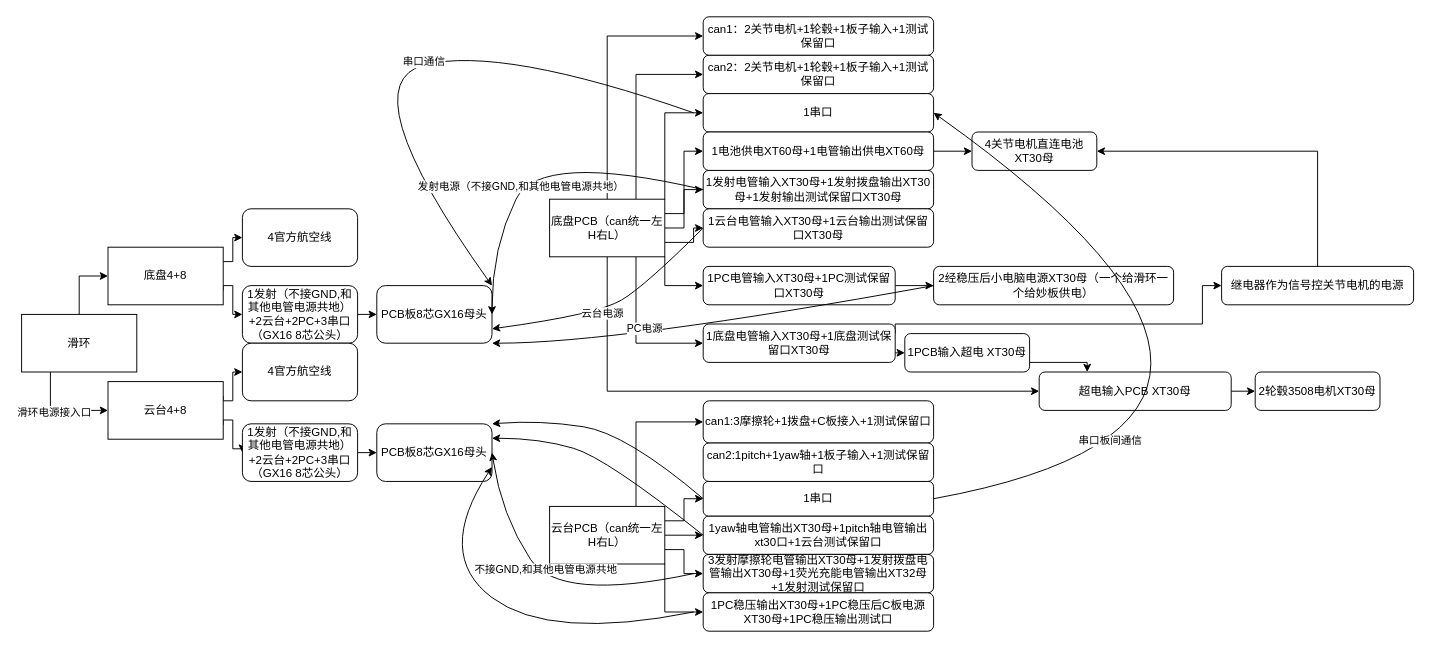
Above: draw.io/rp_xian.drawio in WRX1234-code/RP__wrx (draw.io), before the change. Source tidied: cells renumbered, new cells numbered last; positions are measured from the earlier drawing's top-left corner, leaving out a move shared by most shapes. Both pictures are drawn from the tidied source at 96%, with x=0, y=0 at pixel (21, 16).
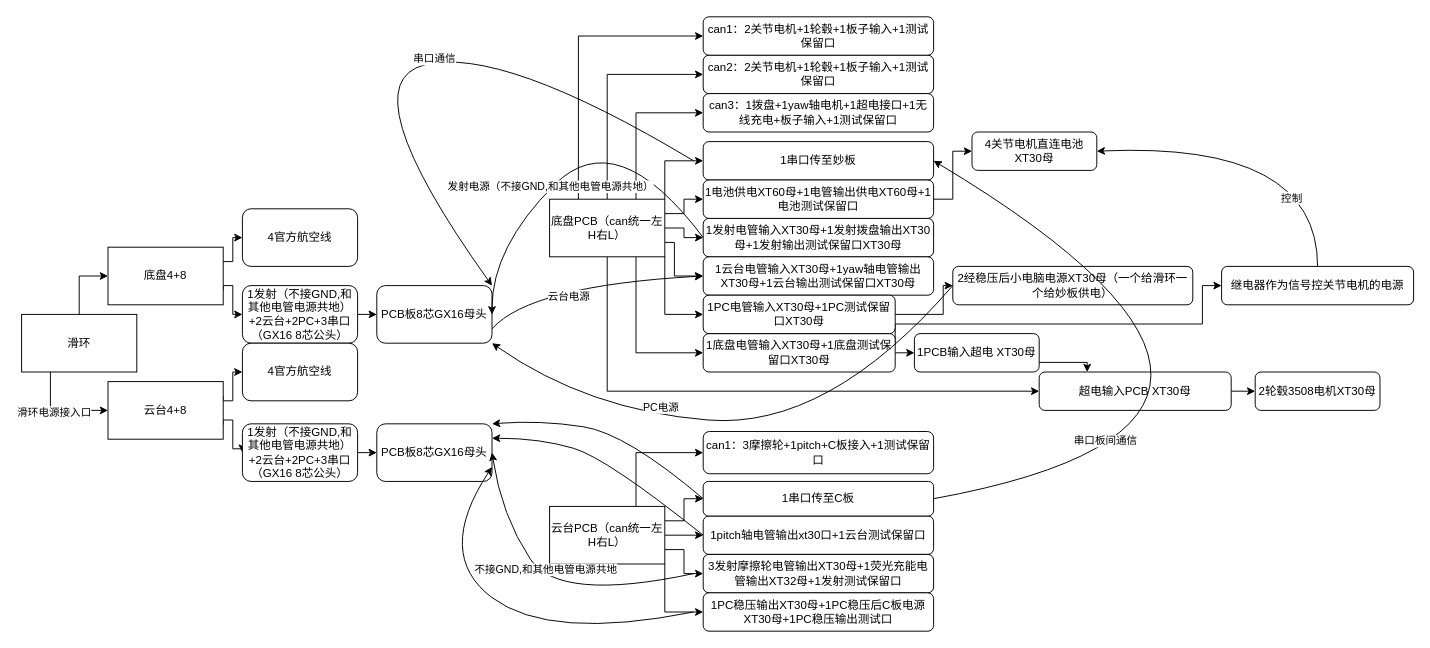
The same page after the edit.

The change refers to these unchanged cells:
```xml
<mxCell id="18" value="PCB板8芯GX16母头" style="rounded=1;whiteSpace=wrap;html=1;" parent="1" vertex="1">
  <mxGeometry x="370" y="280" width="120" height="60" as="geometry" />
</mxCell>
<mxCell id="29" value="底盘PCB（can统一左H右L）" style="rounded=0;whiteSpace=wrap;html=1;" parent="1" vertex="1">
  <mxGeometry x="550" y="190" width="120" height="60" as="geometry" />
</mxCell>
<mxCell id="35" value="云台PCB（can统一左H右L）" style="rounded=0;whiteSpace=wrap;html=1;" parent="1" vertex="1">
  <mxGeometry x="550" y="510" width="120" height="60" as="geometry" />
</mxCell>
<mxCell id="44" value="can2：2关节电机+1轮毂+1板子输入+1测试保留口" style="rounded=1;whiteSpace=wrap;html=1;" parent="1" vertex="1">
  <mxGeometry x="710" y="40" width="240" height="40" as="geometry" />
</mxCell>
<mxCell id="50" value="can1：2关节电机+1轮毂+1板子输入+1测试保留口" style="rounded=1;whiteSpace=wrap;html=1;" parent="1" vertex="1">
  <mxGeometry x="710" width="240" height="40" as="geometry" />
</mxCell>
<mxCell id="53" value="继电器作为信号控关节电机的电源" style="rounded=1;whiteSpace=wrap;html=1;" parent="1" vertex="1">
  <mxGeometry x="1250" y="260" width="200" height="40" as="geometry" />
</mxCell>
<mxCell id="54" value="4关节电机直连电池XT30母" style="rounded=1;whiteSpace=wrap;html=1;" parent="1" vertex="1">
  <mxGeometry x="990" y="120" width="130" height="40" as="geometry" />
</mxCell>
```

Diff of the diagram source:
```diff
@@
-    <mxCell id="20" style="edgeStyle=orthogonalEdgeStyle;rounded=0;jettySize=auto;html=1;exitX=0.5;exitY=0;exitDx=0;exitDy=0;entryX=0;entryY=0.5;entryDx=0;entryDy=0;" parent="1" edge="1" source="29" target="50">
+    <mxCell id="20" style="edgeStyle=orthogonalEdgeStyle;rounded=0;jettySize=auto;html=1;exitX=0.25;exitY=0;exitDx=0;exitDy=0;entryX=0;entryY=0.5;entryDx=0;entryDy=0;" parent="1" edge="1" source="29" target="50">
       <mxGeometry relative="1" as="geometry" />
     </mxCell>
-    <mxCell id="21" style="edgeStyle=orthogonalEdgeStyle;rounded=0;jettySize=auto;html=1;exitX=0.75;exitY=0;exitDx=0;exitDy=0;entryX=0;entryY=0.5;entryDx=0;entryDy=0;" parent="1" edge="1" source="29" target="44">
-      <mxGeometry relative="1" as="geometry" />
+    <mxCell id="21" style="edgeStyle=orthogonalEdgeStyle;rounded=0;jettySize=auto;html=1;entryX=0;entryY=0.5;entryDx=0;entryDy=0;" parent="1" edge="1" target="44">
+      <mxGeometry relative="1" as="geometry">
+        <mxPoint x="610" y="190" as="sourcePoint" />
+        <Array as="points">
+          <mxPoint x="610" y="60" />
+        </Array>
+      </mxGeometry>
     </mxCell>
@@
-    <mxCell id="23" style="edgeStyle=orthogonalEdgeStyle;rounded=0;jettySize=auto;html=1;exitX=1;exitY=0.25;exitDx=0;exitDy=0;entryX=0;entryY=0.5;entryDx=0;entryDy=0;" parent="1" edge="1" source="29" target="49">
-      <mxGeometry relative="1" as="geometry">
-        <Array as="points">
-          <mxPoint x="690" y="205" />
-          <mxPoint x="690" y="140" />
-        </Array>
-      </mxGeometry>
-    </mxCell>
@@
     <mxCell id="26" style="edgeStyle=orthogonalEdgeStyle;rounded=0;jettySize=auto;html=1;exitX=1;exitY=0.75;exitDx=0;exitDy=0;entryX=0;entryY=0.5;entryDx=0;entryDy=0;" parent="1" edge="1" source="29" target="47">
       <mxGeometry relative="1" as="geometry">
         <Array as="points">
-          <mxPoint x="700" y="235" />
-          <mxPoint x="700" y="220" />
+          <mxPoint x="680" y="235" />
+          <mxPoint x="680" y="270" />
         </Array>
       </mxGeometry>
     </mxCell>
@@
+    <mxCell id="23" style="edgeStyle=orthogonalEdgeStyle;rounded=0;jettySize=auto;html=1;exitX=1;exitY=0.25;exitDx=0;exitDy=0;entryX=0;entryY=0.5;entryDx=0;entryDy=0;" parent="1" edge="1" source="29" target="49">
+      <mxGeometry relative="1" as="geometry" />
+    </mxCell>
+    <mxCell id="80" style="edgeStyle=orthogonalEdgeStyle;rounded=0;jettySize=auto;html=1;exitX=0.75;exitY=0;exitDx=0;exitDy=0;entryX=0;entryY=0.5;entryDx=0;entryDy=0;" parent="1" edge="1" source="29" target="81">
+      <mxGeometry relative="1" as="geometry" />
+    </mxCell>
@@
     <mxCell id="30" style="edgeStyle=orthogonalEdgeStyle;rounded=0;jettySize=auto;html=1;exitX=0.75;exitY=0;exitDx=0;exitDy=0;entryX=0;entryY=0.5;entryDx=0;entryDy=0;" parent="1" edge="1" source="35" target="59">
       <mxGeometry relative="1" as="geometry">
         <Array as="points">
-          <mxPoint x="640" y="422" />
+          <mxPoint x="640" y="454" />
         </Array>
       </mxGeometry>
     </mxCell>
@@
     <mxCell id="37" value="1PCB输入超电 XT30母" style="rounded=1;whiteSpace=wrap;html=1;" parent="1" vertex="1">
-      <mxGeometry x="920" y="330" width="130" height="40" as="geometry" />
+      <mxGeometry x="930" y="330" width="130" height="40" as="geometry" />
     </mxCell>
@@
-    <mxCell id="40" style="edgeStyle=orthogonalEdgeStyle;rounded=0;jettySize=auto;html=1;exitX=1;exitY=0.75;exitDx=0;exitDy=0;entryX=0;entryY=0.5;entryDx=0;entryDy=0;" parent="1" edge="1" source="41" target="37">
+    <mxCell id="40" style="edgeStyle=orthogonalEdgeStyle;rounded=0;jettySize=auto;html=1;exitX=1;exitY=0.5;exitDx=0;exitDy=0;entryX=0;entryY=0.5;entryDx=0;entryDy=0;" parent="1" edge="1" source="41" target="37">
       <mxGeometry relative="1" as="geometry" />
     </mxCell>
     <mxCell id="41" value="1底盘电管输入XT30母+1底盘测试保留口XT30母" style="rounded=1;whiteSpace=wrap;html=1;" parent="1" vertex="1">
-      <mxGeometry x="710" y="320" width="200" height="40" as="geometry" />
+      <mxGeometry x="710" y="330" width="200" height="40" as="geometry" />
     </mxCell>
     <mxCell id="42" style="edgeStyle=orthogonalEdgeStyle;rounded=0;jettySize=auto;html=1;exitX=1;exitY=0.5;exitDx=0;exitDy=0;entryX=0;entryY=0.5;entryDx=0;entryDy=0;" parent="1" edge="1" source="43" target="51">
-      <mxGeometry relative="1" as="geometry" />
+      <mxGeometry relative="1" as="geometry">
+        <Array as="points">
+          <mxPoint x="960" y="310" />
+          <mxPoint x="960" y="280" />
+        </Array>
+      </mxGeometry>
     </mxCell>
-    <mxCell id="43" value="1PC电管输入XT30母+1PC测试保留口XT30母" style="rounded=1;whiteSpace=wrap;html=1;" parent="1" vertex="1">
-      <mxGeometry x="710" y="260" width="200" height="40" as="geometry" />
-    </mxCell>
@@
-    <mxCell id="45" value="1串口" style="rounded=1;whiteSpace=wrap;html=1;" parent="1" vertex="1">
-      <mxGeometry x="710" y="80" width="240" height="40" as="geometry" />
+    <mxCell id="45" value="1串口传至妙板" style="rounded=1;whiteSpace=wrap;html=1;" parent="1" vertex="1">
+      <mxGeometry x="710" y="130" width="240" height="40" as="geometry" />
     </mxCell>
     <mxCell id="46" value="1发射电管输入XT30母+1发射拨盘输出XT30母+1发射输出测试保留口XT30母" style="rounded=1;whiteSpace=wrap;html=1;" parent="1" vertex="1">
-      <mxGeometry x="710" y="160" width="240" height="40" as="geometry" />
+      <mxGeometry x="710" y="210" width="240" height="40" as="geometry" />
     </mxCell>
-    <mxCell id="47" value="1云台电管输入XT30母+1云台输出测试保留口XT30母" style="rounded=1;whiteSpace=wrap;html=1;" parent="1" vertex="1">
-      <mxGeometry x="710" y="200" width="240" height="40" as="geometry" />
+    <mxCell id="47" value="1云台电管输入XT30母+1yaw轴电管输出XT30母+1云台输出测试保留口XT30母" style="rounded=1;whiteSpace=wrap;html=1;" parent="1" vertex="1">
+      <mxGeometry x="710" y="250" width="240" height="40" as="geometry" />
     </mxCell>
@@
-    <mxCell id="49" value="1电池供电XT60母+1电管输出供电XT60母" style="rounded=1;whiteSpace=wrap;html=1;" parent="1" vertex="1">
-      <mxGeometry x="710" y="120" width="240" height="40" as="geometry" />
+    <mxCell id="49" value="1电池供电XT60母+1电管输出供电XT60母+1电池测试保留口" style="rounded=1;whiteSpace=wrap;html=1;" parent="1" vertex="1">
+      <mxGeometry x="710" y="170" width="240" height="40" as="geometry" />
     </mxCell>
@@
     <mxCell id="51" value="2经稳压后小电脑电源XT30母（一个给滑环一个给妙板供电）" style="rounded=1;whiteSpace=wrap;html=1;" parent="1" vertex="1">
-      <mxGeometry x="950" y="260" width="250" height="40" as="geometry" />
+      <mxGeometry x="970" y="260" width="250" height="40" as="geometry" />
     </mxCell>
-    <mxCell id="52" style="edgeStyle=orthogonalEdgeStyle;rounded=0;jettySize=auto;html=1;exitX=0.5;exitY=0;exitDx=0;exitDy=0;entryX=1;entryY=0.5;entryDx=0;entryDy=0;" parent="1" edge="1" source="53" target="54">
-      <mxGeometry relative="1" as="geometry" />
-    </mxCell>
@@
-    <mxCell id="55" value="1yaw轴电管输出XT30母+1pitch轴电管输出xt30口+1云台测试保留口" style="rounded=1;whiteSpace=wrap;html=1;" parent="1" vertex="1">
+    <mxCell id="55" value="1pitch轴电管输出xt30口+1云台测试保留口" style="rounded=1;whiteSpace=wrap;html=1;" parent="1" vertex="1">
       <mxGeometry x="710" y="520" width="240" height="40" as="geometry" />
     </mxCell>
-    <mxCell id="56" value="3发射摩擦轮电管输出XT30母+1发射拨盘电管输出XT30母+1荧光充能电管输出XT32母+1发射测试保留口" style="rounded=1;whiteSpace=wrap;html=1;" parent="1" vertex="1">
+    <mxCell id="56" value="3发射摩擦轮电管输出XT30母+1荧光充能电管输出XT32母+1发射测试保留口" style="rounded=1;whiteSpace=wrap;html=1;" parent="1" vertex="1">
       <mxGeometry x="710" y="560" width="240" height="40" as="geometry" />
     </mxCell>
@@
-    <mxCell id="58" value="1串口" style="rounded=1;whiteSpace=wrap;html=1;" parent="1" vertex="1">
+    <mxCell id="58" value="1串口传至C板" style="rounded=1;whiteSpace=wrap;html=1;" parent="1" vertex="1">
       <mxGeometry x="710" y="484" width="240" height="36" as="geometry" />
     </mxCell>
-    <mxCell id="59" value="can1:3摩擦轮+1拨盘+C板接入+1测试保留口" style="rounded=1;whiteSpace=wrap;html=1;" parent="1" vertex="1">
-      <mxGeometry x="710" y="400" width="240" height="44" as="geometry" />
+    <mxCell id="59" value="can1：3摩擦轮+1pitch+C板接入+1测试保留口" style="rounded=1;whiteSpace=wrap;html=1;" parent="1" vertex="1">
+      <mxGeometry x="710" y="432" width="240" height="44" as="geometry" />
     </mxCell>
@@
     <mxCell id="62" style="curved=1;endArrow=classic;html=1;rounded=0;entryX=1;entryY=0;entryDx=0;entryDy=0;" parent="1" edge="1" target="18">
       <mxGeometry relative="1" as="geometry">
-        <mxPoint x="700" y="100" as="sourcePoint" />
+        <mxPoint x="700" y="150" as="sourcePoint" />
         <Array as="points">
           <mxPoint x="500" y="30" />
           <mxPoint x="340" y="70" />
         </Array>
       </mxGeometry>
     </mxCell>
@@
     <mxCell id="69" style="curved=1;endArrow=classic;html=1;rounded=0;exitX=0;exitY=0.5;exitDx=0;exitDy=0;entryX=1;entryY=1;entryDx=0;entryDy=0;" parent="1" edge="1" source="51" target="18">
       <mxGeometry relative="1" as="geometry">
         <Array as="points">
-          <mxPoint x="620" y="340" />
+          <mxPoint x="840" y="430" />
+          <mxPoint x="590" y="410" />
         </Array>
       </mxGeometry>
     </mxCell>
@@
-    <mxCell id="71" style="curved=1;endArrow=classic;html=1;rounded=0;exitX=0;exitY=0.5;exitDx=0;exitDy=0;entryX=1;entryY=0.75;entryDx=0;entryDy=0;" parent="1" edge="1" source="47" target="18">
-      <mxGeometry relative="1" as="geometry">
-        <Array as="points">
-          <mxPoint x="650" y="280" />
-          <mxPoint x="600" y="310" />
-        </Array>
-      </mxGeometry>
-    </mxCell>
-    <mxCell id="72" value="云台电源" style="edgeLabel;html=1;align=center;verticalAlign=middle;" parent="71" vertex="1">
-      <mxGeometry x="0.09" y="1" relative="1" as="geometry" />
-    </mxCell>
     <mxCell id="73" style="curved=1;endArrow=classic;html=1;rounded=0;exitX=0;exitY=0.5;exitDx=0;exitDy=0;entryX=1;entryY=0.5;entryDx=0;entryDy=0;" parent="1" edge="1" source="46" target="18">
       <mxGeometry relative="1" as="geometry">
         <Array as="points">
-          <mxPoint x="540" y="140" />
+          <mxPoint x="620" y="110" />
           <mxPoint x="490" y="240" />
         </Array>
       </mxGeometry>
     </mxCell>
@@
-    <mxCell id="75" value="can2:1pitch+1yaw轴+1板子输入+1测试保留口" style="rounded=1;whiteSpace=wrap;html=1;" parent="1" vertex="1">
-      <mxGeometry x="710" y="444" width="240" height="40" as="geometry" />
-    </mxCell>
@@
+    <mxCell id="43" value="1PC电管输入XT30母+1PC测试保留口XT30母" style="rounded=1;whiteSpace=wrap;html=1;" parent="1" vertex="1">
+      <mxGeometry x="710" y="290" width="200" height="40" as="geometry" />
+    </mxCell>
+    <mxCell id="81" value="can3：1拨盘+1yaw轴电机+1超电接口+1无线充电+板子输入+1测试保留口" style="rounded=1;whiteSpace=wrap;html=1;" parent="1" vertex="1">
+      <mxGeometry x="710" y="80" width="240" height="40" as="geometry" />
+    </mxCell>
+    <mxCell id="82" style="curved=1;endArrow=classic;html=1;rounded=0;exitX=1;exitY=0.75;exitDx=0;exitDy=0;entryX=0;entryY=0.5;entryDx=0;entryDy=0;" parent="1" edge="1" source="18" target="47">
+      <mxGeometry relative="1" as="geometry">
+        <Array as="points">
+          <mxPoint x="530" y="280" />
+        </Array>
+      </mxGeometry>
+    </mxCell>
+    <mxCell id="72" value="云台电源" style="edgeLabel;html=1;align=center;verticalAlign=middle;" parent="82" vertex="1">
+      <mxGeometry x="-0.18" y="-13" relative="1" as="geometry" />
+    </mxCell>
+    <mxCell id="52" style="curved=1;endArrow=classic;html=1;rounded=0;exitX=0.5;exitY=0;exitDx=0;exitDy=0;entryX=1;entryY=0.5;entryDx=0;entryDy=0;" parent="1" edge="1" source="53" target="54">
+      <mxGeometry relative="1" as="geometry">
+        <Array as="points">
+          <mxPoint x="1350" y="130" />
+        </Array>
+      </mxGeometry>
+    </mxCell>
+    <mxCell id="83" value="控制" style="edgeLabel;html=1;align=center;verticalAlign=middle;" parent="52" vertex="1">
+      <mxGeometry x="-0.6" y="28" relative="1" as="geometry" />
+    </mxCell>
```
